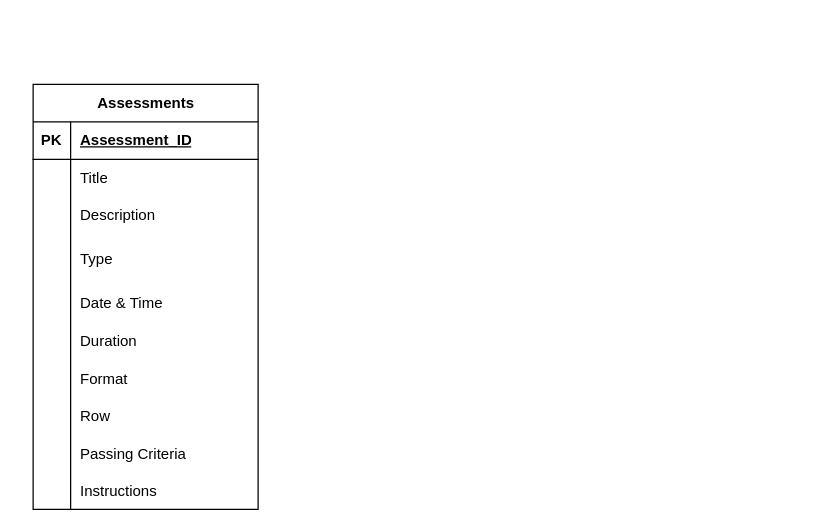
Before: Application portal.drawio in SujithAnto/AssesmentPortal, a draw.io diagram. Source tidied: cells renumbered, new cells numbered last; positions are measured from the earlier drawing's top-left corner, leaving out a move shared by most shapes. Both pictures are drawn from the tidied source at 125%, with x=0, y=0 at pixel (32, 84).
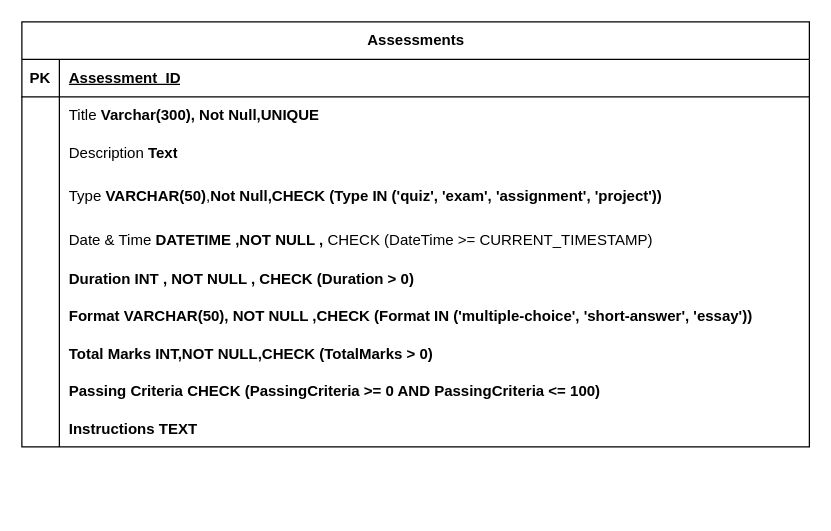
After the change.

Diff of the diagram source:
```diff
@@
     <mxCell id="2" value="Assessments" style="shape=table;startSize=30;childLayout=tableLayout;rowLines=0;fontStyle=1;align=center;html=1;" parent="1" vertex="1">
-      <mxGeometry width="180" height="340" as="geometry" />
+      <mxGeometry x="-9" y="-50" width="630" height="340" as="geometry" />
     </mxCell>
     <mxCell id="3" style="shape=tableRow;horizontal=0;startSize=0;swimlaneHead=0;swimlaneBody=0;fillColor=none;top=0;left=0;right=0;bottom=1;" parent="2" vertex="1">
-      <mxGeometry y="30" width="180" height="30" as="geometry" />
+      <mxGeometry y="30" width="630" height="30" as="geometry" />
     </mxCell>
@@
     <mxCell id="5" value="Assessment_ID" style="shape=partialRectangle;fillColor=none;top=0;left=0;bottom=0;right=0;align=left;spacingLeft=6;fontStyle=5;overflow=hidden;whiteSpace=wrap;html=1;" parent="3" vertex="1">
-      <mxGeometry x="30" width="150" height="30" as="geometry" />
+      <mxGeometry x="30" width="600" height="30" as="geometry" />
     </mxCell>
     <mxCell id="6" style="shape=tableRow;horizontal=0;startSize=0;swimlaneHead=0;swimlaneBody=0;fillColor=none;top=0;left=0;right=0;bottom=0;" parent="2" vertex="1">
-      <mxGeometry y="60" width="180" height="30" as="geometry" />
+      <mxGeometry y="60" width="630" height="30" as="geometry" />
     </mxCell>
@@
-    <mxCell id="8" value="Title" style="shape=partialRectangle;fillColor=none;top=0;left=0;bottom=0;right=0;align=left;spacingLeft=6;overflow=hidden;whiteSpace=wrap;html=1;" parent="6" vertex="1">
-      <mxGeometry x="30" width="150" height="30" as="geometry" />
+    <mxCell id="8" value="Title &lt;b&gt;Varchar(300), Not Null,UNIQUE&lt;/b&gt;" style="shape=partialRectangle;fillColor=none;top=0;left=0;bottom=0;right=0;align=left;spacingLeft=6;overflow=hidden;whiteSpace=wrap;html=1;" parent="6" vertex="1">
+      <mxGeometry x="30" width="600" height="30" as="geometry" />
     </mxCell>
     <mxCell id="9" style="shape=tableRow;horizontal=0;startSize=0;swimlaneHead=0;swimlaneBody=0;fillColor=none;top=0;left=0;right=0;bottom=0;" parent="2" vertex="1">
-      <mxGeometry y="90" width="180" height="30" as="geometry" />
+      <mxGeometry y="90" width="630" height="30" as="geometry" />
     </mxCell>
@@
-    <mxCell id="11" value="Description" style="shape=partialRectangle;fillColor=none;top=0;left=0;bottom=0;right=0;align=left;spacingLeft=6;overflow=hidden;whiteSpace=wrap;html=1;" parent="9" vertex="1">
-      <mxGeometry x="30" width="150" height="30" as="geometry" />
+    <mxCell id="11" value="Description &lt;b&gt;Text&lt;/b&gt;" style="shape=partialRectangle;fillColor=none;top=0;left=0;bottom=0;right=0;align=left;spacingLeft=6;overflow=hidden;whiteSpace=wrap;html=1;" parent="9" vertex="1">
+      <mxGeometry x="30" width="600" height="30" as="geometry" />
     </mxCell>
     <mxCell id="12" style="shape=tableRow;horizontal=0;startSize=0;swimlaneHead=0;swimlaneBody=0;fillColor=none;top=0;left=0;right=0;bottom=0;" parent="2" vertex="1">
-      <mxGeometry y="120" width="180" height="40" as="geometry" />
+      <mxGeometry y="120" width="630" height="40" as="geometry" />
     </mxCell>
@@
-    <mxCell id="14" value="Type" style="shape=partialRectangle;fillColor=none;top=0;left=0;bottom=0;right=0;align=left;spacingLeft=6;overflow=hidden;whiteSpace=wrap;html=1;" parent="12" vertex="1">
-      <mxGeometry x="30" width="150" height="40" as="geometry" />
+    <mxCell id="14" value="Type&amp;nbsp;&lt;b&gt;&lt;span class=&quot;hljs-type&quot;&gt;VARCHAR&lt;/span&gt;(&lt;span class=&quot;hljs-number&quot;&gt;50&lt;/span&gt;)&lt;/b&gt;,&lt;b&gt;Not Null,CHECK (Type IN ('quiz', 'exam', 'assignment', 'project'))&lt;/b&gt;" style="shape=partialRectangle;fillColor=none;top=0;left=0;bottom=0;right=0;align=left;spacingLeft=6;overflow=hidden;whiteSpace=wrap;html=1;" parent="12" vertex="1">
+      <mxGeometry x="30" width="600" height="40" as="geometry" />
     </mxCell>
     <mxCell id="15" style="shape=tableRow;horizontal=0;startSize=0;swimlaneHead=0;swimlaneBody=0;fillColor=none;top=0;left=0;right=0;bottom=0;" parent="2" vertex="1">
-      <mxGeometry y="160" width="180" height="30" as="geometry" />
+      <mxGeometry y="160" width="630" height="30" as="geometry" />
     </mxCell>
@@
-    <mxCell id="17" value="Date &amp;amp; Time" style="shape=partialRectangle;fillColor=none;top=0;left=0;bottom=0;right=0;align=left;spacingLeft=6;fontStyle=0;overflow=hidden;whiteSpace=wrap;html=1;" parent="15" vertex="1">
-      <mxGeometry x="30" width="150" height="30" as="geometry" />
+    <mxCell id="17" value="Date &amp;amp; Time &lt;b&gt;DATETIME ,NOT NULL ,&lt;/b&gt;&amp;nbsp;CHECK (DateTime &amp;gt;= CURRENT_TIMESTAMP)" style="shape=partialRectangle;fillColor=none;top=0;left=0;bottom=0;right=0;align=left;spacingLeft=6;fontStyle=0;overflow=hidden;whiteSpace=wrap;html=1;" parent="15" vertex="1">
+      <mxGeometry x="30" width="600" height="30" as="geometry" />
     </mxCell>
     <mxCell id="18" style="shape=tableRow;horizontal=0;startSize=0;swimlaneHead=0;swimlaneBody=0;fillColor=none;top=0;left=0;right=0;bottom=0;" parent="2" vertex="1">
-      <mxGeometry y="190" width="180" height="30" as="geometry" />
+      <mxGeometry y="190" width="630" height="30" as="geometry" />
     </mxCell>
@@
-    <mxCell id="20" value="Duration" style="shape=partialRectangle;fillColor=none;top=0;left=0;bottom=0;right=0;align=left;spacingLeft=6;overflow=hidden;" parent="18" vertex="1">
-      <mxGeometry x="30" width="150" height="30" as="geometry" />
+    <mxCell id="20" value="Duration INT , NOT NULL , CHECK (Duration &gt; 0)" style="shape=partialRectangle;fillColor=none;top=0;left=0;bottom=0;right=0;align=left;spacingLeft=6;overflow=hidden;fontStyle=1;" parent="18" vertex="1">
+      <mxGeometry x="30" width="600" height="30" as="geometry" />
     </mxCell>
     <mxCell id="21" style="shape=tableRow;horizontal=0;startSize=0;swimlaneHead=0;swimlaneBody=0;fillColor=none;top=0;left=0;right=0;bottom=0;" parent="2" vertex="1">
-      <mxGeometry y="220" width="180" height="30" as="geometry" />
+      <mxGeometry y="220" width="630" height="30" as="geometry" />
     </mxCell>
@@
-    <mxCell id="23" value="Format" style="shape=partialRectangle;fillColor=none;top=0;left=0;bottom=0;right=0;align=left;spacingLeft=6;overflow=hidden;" parent="21" vertex="1">
-      <mxGeometry x="30" width="150" height="30" as="geometry" />
+    <mxCell id="23" value="Format VARCHAR(50), NOT NULL ,CHECK (Format IN ('multiple-choice', 'short-answer', 'essay'))" style="shape=partialRectangle;fillColor=none;top=0;left=0;bottom=0;right=0;align=left;spacingLeft=6;overflow=hidden;fontStyle=1;" parent="21" vertex="1">
+      <mxGeometry x="30" width="600" height="30" as="geometry" />
     </mxCell>
-    <mxCell id="24" style="shape=tableRow;horizontal=0;startSize=0;swimlaneHead=0;swimlaneBody=0;fillColor=none;top=0;left=0;right=0;bottom=0;" parent="2" vertex="1">
-      <mxGeometry y="250" width="180" height="30" as="geometry" />
-    </mxCell>
+    <mxCell id="36" style="shape=tableRow;horizontal=0;startSize=0;swimlaneHead=0;swimlaneBody=0;fillColor=none;top=0;left=0;right=0;bottom=0;" parent="2" vertex="1">
+      <mxGeometry y="250" width="630" height="30" as="geometry" />
+    </mxCell>
-    <mxCell id="25" style="shape=partialRectangle;fillColor=none;top=0;left=0;bottom=0;right=0;overflow=hidden;" parent="24" vertex="1">
+    <mxCell id="25" style="shape=partialRectangle;fillColor=none;top=0;left=0;bottom=0;right=0;overflow=hidden;" parent="36" vertex="1">
       <mxGeometry width="30" height="30" as="geometry" />
     </mxCell>
-    <mxCell id="26" value="Row" style="shape=partialRectangle;fillColor=none;top=0;left=0;bottom=0;right=0;align=left;spacingLeft=6;overflow=hidden;" parent="24" vertex="1">
-      <mxGeometry x="30" width="150" height="30" as="geometry" />
-    </mxCell>
+    <mxCell id="37" value="Total Marks INT,NOT NULL,CHECK (TotalMarks &gt; 0)" style="shape=partialRectangle;fillColor=none;top=0;left=0;bottom=0;right=0;align=left;spacingLeft=6;overflow=hidden;fontStyle=1;" parent="36" vertex="1">
+      <mxGeometry x="30" width="600" height="30" as="geometry" />
+    </mxCell>
     <mxCell id="27" style="shape=tableRow;horizontal=0;startSize=0;swimlaneHead=0;swimlaneBody=0;fillColor=none;top=0;left=0;right=0;bottom=0;" parent="2" vertex="1">
-      <mxGeometry y="280" width="180" height="30" as="geometry" />
+      <mxGeometry y="280" width="630" height="30" as="geometry" />
     </mxCell>
@@
-    <mxCell id="29" value="Passing Criteria" style="shape=partialRectangle;fillColor=none;top=0;left=0;bottom=0;right=0;align=left;spacingLeft=6;overflow=hidden;" parent="27" vertex="1">
-      <mxGeometry x="30" width="150" height="30" as="geometry" />
+    <mxCell id="29" value="Passing Criteria CHECK (PassingCriteria &gt;= 0 AND PassingCriteria &lt;= 100)" style="shape=partialRectangle;fillColor=none;top=0;left=0;bottom=0;right=0;align=left;spacingLeft=6;overflow=hidden;fontStyle=1;" parent="27" vertex="1">
+      <mxGeometry x="30" width="600" height="30" as="geometry" />
     </mxCell>
     <mxCell id="30" style="shape=tableRow;horizontal=0;startSize=0;swimlaneHead=0;swimlaneBody=0;fillColor=none;top=0;left=0;right=0;bottom=0;" parent="2" vertex="1">
-      <mxGeometry y="310" width="180" height="30" as="geometry" />
+      <mxGeometry y="310" width="630" height="30" as="geometry" />
     </mxCell>
@@
-    <mxCell id="32" value="Instructions" style="shape=partialRectangle;fillColor=none;top=0;left=0;bottom=0;right=0;align=left;spacingLeft=6;overflow=hidden;" parent="30" vertex="1">
-      <mxGeometry x="30" width="150" height="30" as="geometry" />
+    <mxCell id="32" value="Instructions TEXT" style="shape=partialRectangle;fillColor=none;top=0;left=0;bottom=0;right=0;align=left;spacingLeft=6;overflow=hidden;fontStyle=1;" parent="30" vertex="1">
+      <mxGeometry x="30" width="600" height="30" as="geometry" />
     </mxCell>
```
